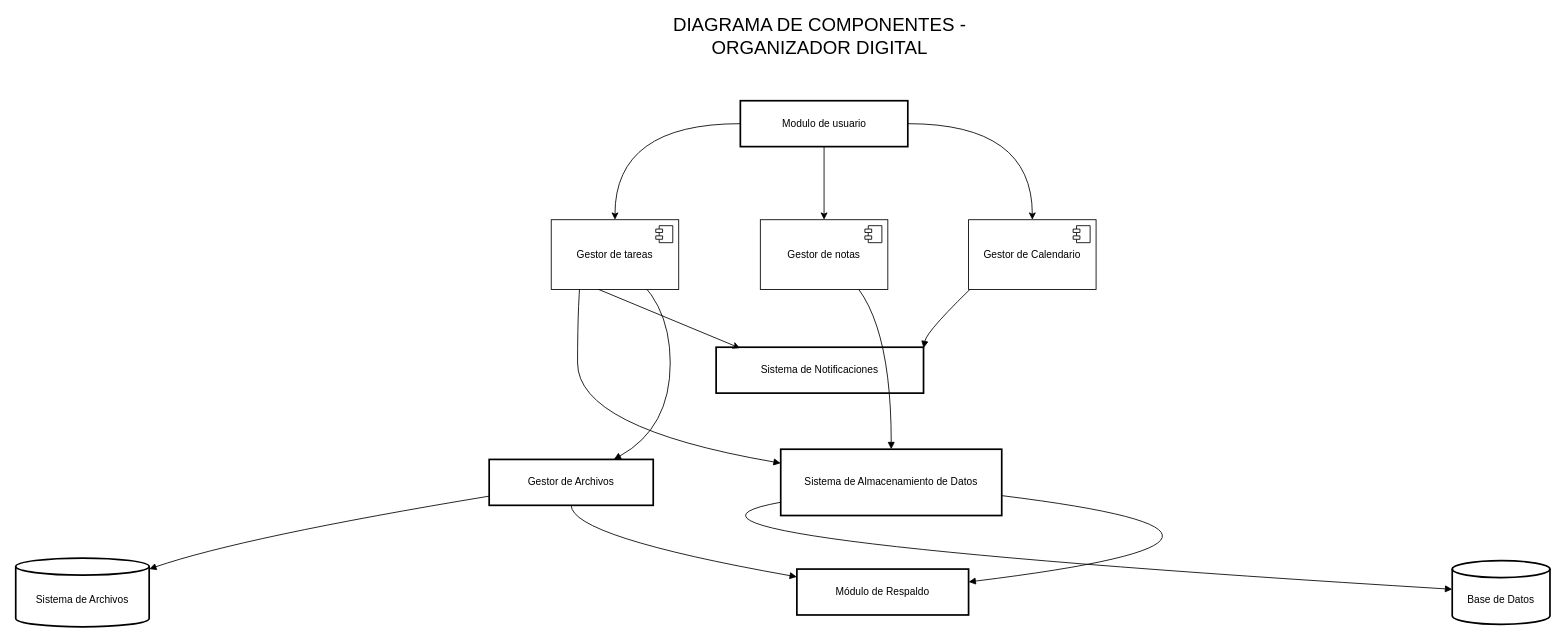
Earlier version of the draw.io diagram Diagrama sin título.drawio (LuisAlfred1/AppLogin-PracticaHome). Source tidied: cells renumbered, new cells numbered last; positions are measured from the earlier drawing's top-left corner, leaving out a move shared by most shapes. Both pictures are drawn from the tidied source at 85%, with x=0, y=0 at pixel (15, 24).
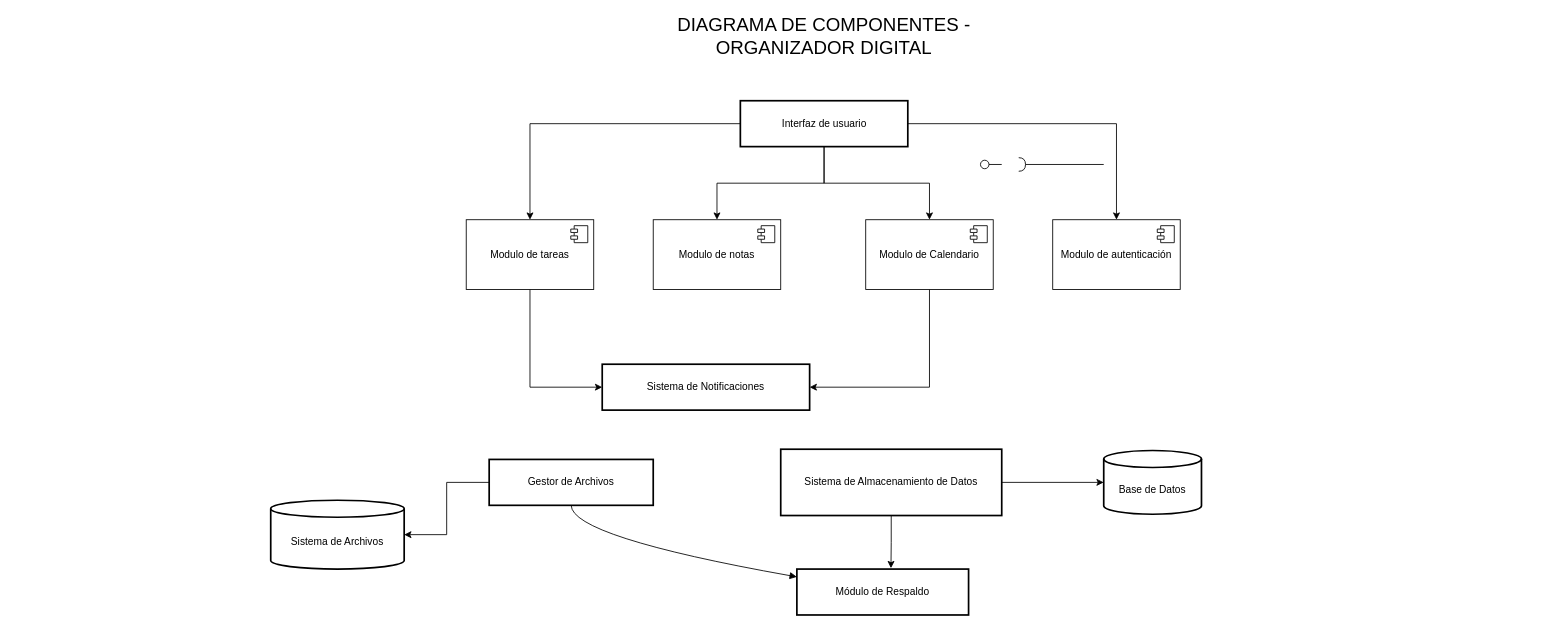
After the change.

The change refers to these unchanged cells:
```xml
<mxCell id="8" value="Gestor de Archivos" style="whiteSpace=wrap;strokeWidth=2;" parent="1" vertex="1">
  <mxGeometry x="557" y="512" width="193" height="54" as="geometry" />
</mxCell>
<mxCell id="9" value="Módulo de Respaldo" style="whiteSpace=wrap;strokeWidth=2;" parent="1" vertex="1">
  <mxGeometry x="919" y="641" width="202" height="54" as="geometry" />
</mxCell>
<mxCell id="10" value="Sistema de Almacenamiento de Datos" style="whiteSpace=wrap;strokeWidth=2;" parent="1" vertex="1">
  <mxGeometry x="900" y="500" width="260" height="78" as="geometry" />
</mxCell>
```

The edit, as a diff of the source:
```diff
@@
     <mxCell id="2" value="DIAGRAMA DE COMPONENTES - ORGANIZADOR DIGITAL" style="text;html=1;align=center;verticalAlign=middle;whiteSpace=wrap;rounded=0;fontSize=22;" parent="1" vertex="1">
-      <mxGeometry x="756" width="380" height="30" as="geometry" />
+      <mxGeometry x="761" width="380" height="30" as="geometry" />
     </mxCell>
-    <mxCell id="3" style="edgeStyle=orthogonalEdgeStyle;rounded=0;jettySize=auto;html=1;exitX=1;exitY=0.5;exitDx=0;exitDy=0;entryX=0.5;entryY=0;entryDx=0;entryDy=0;curved=1;" parent="1" edge="1" source="6" target="26">
-      <mxGeometry relative="1" as="geometry" />
-    </mxCell>
@@
-    <mxCell id="5" style="edgeStyle=orthogonalEdgeStyle;rounded=0;jettySize=auto;html=1;exitX=0;exitY=0.5;exitDx=0;exitDy=0;entryX=0.5;entryY=0;entryDx=0;entryDy=0;curved=1;" parent="1" edge="1" source="6" target="24">
+    <mxCell id="5" style="edgeStyle=orthogonalEdgeStyle;rounded=0;jettySize=auto;html=1;exitX=0;exitY=0.5;exitDx=0;exitDy=0;entryX=0.5;entryY=0;entryDx=0;entryDy=0;" parent="1" edge="1" source="6" target="24">
       <mxGeometry relative="1" as="geometry" />
     </mxCell>
+    <mxCell id="3" style="edgeStyle=orthogonalEdgeStyle;rounded=0;jettySize=auto;html=1;exitX=0.5;exitY=1;exitDx=0;exitDy=0;" parent="1" edge="1" source="6" target="26">
+      <mxGeometry relative="1" as="geometry" />
+    </mxCell>
+    <mxCell id="28" style="edgeStyle=orthogonalEdgeStyle;rounded=0;jettySize=auto;html=1;exitX=1;exitY=0.5;exitDx=0;exitDy=0;entryX=0.5;entryY=0;entryDx=0;entryDy=0;" parent="1" edge="1" source="6" target="31">
+      <mxGeometry relative="1" as="geometry" />
+    </mxCell>
-    <mxCell id="6" value="Modulo de usuario" style="whiteSpace=wrap;strokeWidth=2;" parent="1" vertex="1">
+    <mxCell id="6" value="Interfaz de usuario" style="whiteSpace=wrap;strokeWidth=2;" parent="1" vertex="1">
       <mxGeometry x="852.5" y="90" width="197" height="54" as="geometry" />
     </mxCell>
     <mxCell id="7" value="Sistema de Notificaciones" style="whiteSpace=wrap;strokeWidth=2;" parent="1" vertex="1">
-      <mxGeometry x="824" y="380" width="244" height="54" as="geometry" />
+      <mxGeometry x="690" y="400" width="244" height="54" as="geometry" />
     </mxCell>
@@
+    <mxCell id="18" style="edgeStyle=orthogonalEdgeStyle;rounded=0;jettySize=auto;html=1;exitX=1;exitY=0.5;exitDx=0;exitDy=0;" parent="1" edge="1" source="10" target="11">
+      <mxGeometry relative="1" as="geometry" />
+    </mxCell>
@@
     <mxCell id="11" value="Base de Datos" style="shape=cylinder3;boundedLbl=1;backgroundOutline=1;size=10;strokeWidth=2;whiteSpace=wrap;" parent="1" vertex="1">
-      <mxGeometry x="1690" y="631" width="115" height="75" as="geometry" />
+      <mxGeometry x="1280" y="501.5" width="115" height="75" as="geometry" />
     </mxCell>
     <mxCell id="12" value="Sistema de Archivos" style="shape=cylinder3;boundedLbl=1;backgroundOutline=1;size=10;strokeWidth=2;whiteSpace=wrap;" parent="1" vertex="1">
-      <mxGeometry y="628" width="157" height="81" as="geometry" />
+      <mxGeometry x="300" y="560" width="157" height="81" as="geometry" />
     </mxCell>
-    <mxCell id="13" style="curved=1;startArrow=none;endArrow=block;exitX=0.28;exitY=1;entryX=1;entryY=0.02;rounded=0;" parent="1" edge="1" target="7">
-      <mxGeometry relative="1" as="geometry">
-        <mxPoint x="1137.1" y="298" as="sourcePoint" />
-        <Array as="points">
-          <mxPoint x="1072" y="360" />
-        </Array>
-      </mxGeometry>
-    </mxCell>
-    <mxCell id="14" style="curved=1;startArrow=none;endArrow=block;exitX=0.47;exitY=1;entryX=0;entryY=0.21;rounded=0;" parent="1" edge="1" target="10">
-      <mxGeometry relative="1" as="geometry">
-        <mxPoint x="665.8" y="285" as="sourcePoint" />
-        <Array as="points">
-          <mxPoint x="661" y="322" />
-          <mxPoint x="661" y="475" />
-        </Array>
-      </mxGeometry>
-    </mxCell>
-    <mxCell id="15" style="curved=1;startArrow=none;endArrow=block;exitX=0.73;exitY=1;entryX=0.5;entryY=0;rounded=0;" parent="1" edge="1" target="10">
-      <mxGeometry relative="1" as="geometry">
-        <mxPoint x="962" y="285" as="sourcePoint" />
-        <Array as="points">
-          <mxPoint x="1030" y="322" />
-        </Array>
-      </mxGeometry>
-    </mxCell>
-    <mxCell id="16" style="curved=1;startArrow=none;endArrow=block;exitX=0.74;exitY=1;entryX=0.76;entryY=0;rounded=0;" parent="1" edge="1" target="8">
-      <mxGeometry relative="1" as="geometry">
-        <mxPoint x="712.8" y="285" as="sourcePoint" />
-        <Array as="points">
-          <mxPoint x="770" y="322" />
-          <mxPoint x="770" y="475" />
-        </Array>
-      </mxGeometry>
-    </mxCell>
-    <mxCell id="17" style="curved=1;startArrow=none;endArrow=block;exitX=0;exitY=0.8;entryX=1;entryY=0.16;rounded=0;" parent="1" edge="1" source="8" target="12">
-      <mxGeometry relative="1" as="geometry">
-        <Array as="points">
-          <mxPoint x="268" y="603" />
-        </Array>
-      </mxGeometry>
-    </mxCell>
-    <mxCell id="18" style="curved=1;startArrow=none;endArrow=block;exitX=0;exitY=0.8;entryX=0;entryY=0.45;rounded=0;" parent="1" edge="1" source="10" target="11">
-      <mxGeometry relative="1" as="geometry">
-        <Array as="points">
-          <mxPoint x="674" y="603" />
-        </Array>
-      </mxGeometry>
-    </mxCell>
-    <mxCell id="19" style="curved=1;startArrow=none;endArrow=block;exitX=1;exitY=0.7;entryX=1;entryY=0.28;rounded=0;" parent="1" edge="1" source="10" target="9">
-      <mxGeometry relative="1" as="geometry">
-        <Array as="points">
-          <mxPoint x="1553" y="603" />
-        </Array>
-      </mxGeometry>
-    </mxCell>
@@
-    <mxCell id="21" style="rounded=0;jettySize=auto;html=1;exitX=0.75;exitY=1;exitDx=0;exitDy=0;entryX=0.115;entryY=0.019;entryDx=0;entryDy=0;entryPerimeter=0;" parent="1" edge="1" target="7">
-      <mxGeometry relative="1" as="geometry">
-        <mxPoint x="652" y="298" as="sourcePoint" />
-      </mxGeometry>
-    </mxCell>
-    <mxCell id="22" value="Gestor de notas" style="html=1;whiteSpace=wrap;" parent="1" vertex="1">
-      <mxGeometry x="876" y="230" width="150" height="82" as="geometry" />
+    <mxCell id="22" value="Modulo de notas" style="html=1;whiteSpace=wrap;" parent="1" vertex="1">
+      <mxGeometry x="750" y="230" width="150" height="82" as="geometry" />
     </mxCell>
@@
+    <mxCell id="29" style="edgeStyle=orthogonalEdgeStyle;rounded=0;jettySize=auto;html=1;exitX=0.5;exitY=1;exitDx=0;exitDy=0;entryX=0;entryY=0.5;entryDx=0;entryDy=0;" parent="1" edge="1" source="24" target="7">
+      <mxGeometry relative="1" as="geometry" />
+    </mxCell>
-    <mxCell id="24" value="Gestor de tareas" style="html=1;whiteSpace=wrap;" parent="1" vertex="1">
-      <mxGeometry x="630" y="230" width="150" height="82" as="geometry" />
+    <mxCell id="24" value="Modulo de tareas" style="html=1;whiteSpace=wrap;" parent="1" vertex="1">
+      <mxGeometry x="530" y="230" width="150" height="82" as="geometry" />
     </mxCell>
@@
+    <mxCell id="30" style="edgeStyle=orthogonalEdgeStyle;rounded=0;jettySize=auto;html=1;exitX=0.5;exitY=1;exitDx=0;exitDy=0;entryX=1;entryY=0.5;entryDx=0;entryDy=0;" parent="1" edge="1" source="26" target="7">
+      <mxGeometry relative="1" as="geometry" />
+    </mxCell>
-    <mxCell id="26" value="Gestor de Calendario" style="html=1;whiteSpace=wrap;" parent="1" vertex="1">
-      <mxGeometry x="1121" y="230" width="150" height="82" as="geometry" />
+    <mxCell id="26" value="Modulo de Calendario" style="html=1;whiteSpace=wrap;" parent="1" vertex="1">
+      <mxGeometry x="1000" y="230" width="150" height="82" as="geometry" />
     </mxCell>
@@
+    <mxCell id="31" value="Modulo de autenticación" style="html=1;whiteSpace=wrap;" parent="1" vertex="1">
+      <mxGeometry x="1220" y="230" width="150" height="82" as="geometry" />
+    </mxCell>
+    <mxCell id="32" style="shape=module;jettyWidth=8;jettyHeight=4;" parent="31" vertex="1">
+      <mxGeometry x="1" width="20" height="20" relative="1" as="geometry">
+        <mxPoint x="-27" y="7" as="offset" />
+      </mxGeometry>
+    </mxCell>
+    <mxCell id="17" style="edgeStyle=orthogonalEdgeStyle;rounded=0;jettySize=auto;html=1;exitX=0;exitY=0.5;exitDx=0;exitDy=0;entryX=1;entryY=0.5;entryDx=0;entryDy=0;entryPerimeter=0;" parent="1" edge="1" source="8" target="12">
+      <mxGeometry relative="1" as="geometry" />
+    </mxCell>
+    <mxCell id="19" style="edgeStyle=orthogonalEdgeStyle;rounded=0;jettySize=auto;html=1;exitX=0.5;exitY=1;exitDx=0;exitDy=0;entryX=0.548;entryY=-0.019;entryDx=0;entryDy=0;entryPerimeter=0;" parent="1" edge="1" source="10" target="9">
+      <mxGeometry relative="1" as="geometry" />
+    </mxCell>
+    <mxCell id="33" style="rounded=0;jettySize=auto;html=1;endArrow=halfCircle;endFill=0;endSize=6;strokeWidth=1;sketch=0;" parent="1" edge="1" target="35">
+      <mxGeometry relative="1" as="geometry">
+        <mxPoint x="1280" y="165" as="sourcePoint" />
+      </mxGeometry>
+    </mxCell>
+    <mxCell id="34" style="rounded=0;orthogonalLoop=1;jettySize=auto;html=1;endArrow=oval;endFill=0;sketch=0;sourcePerimeterSpacing=0;targetPerimeterSpacing=0;endSize=10;" parent="1" edge="1">
+      <mxGeometry relative="1" as="geometry">
+        <mxPoint x="1160" y="165" as="sourcePoint" />
+        <mxPoint x="1140" y="165" as="targetPoint" />
+      </mxGeometry>
+    </mxCell>
+    <mxCell id="35" style="ellipse;whiteSpace=wrap;html=1;align=center;fillColor=none;strokeColor=none;perimeter=centerPerimeter;points=[];outlineConnect=1;" parent="1" vertex="1">
+      <mxGeometry x="1175" y="160" width="10" height="10" as="geometry" />
+    </mxCell>
```
